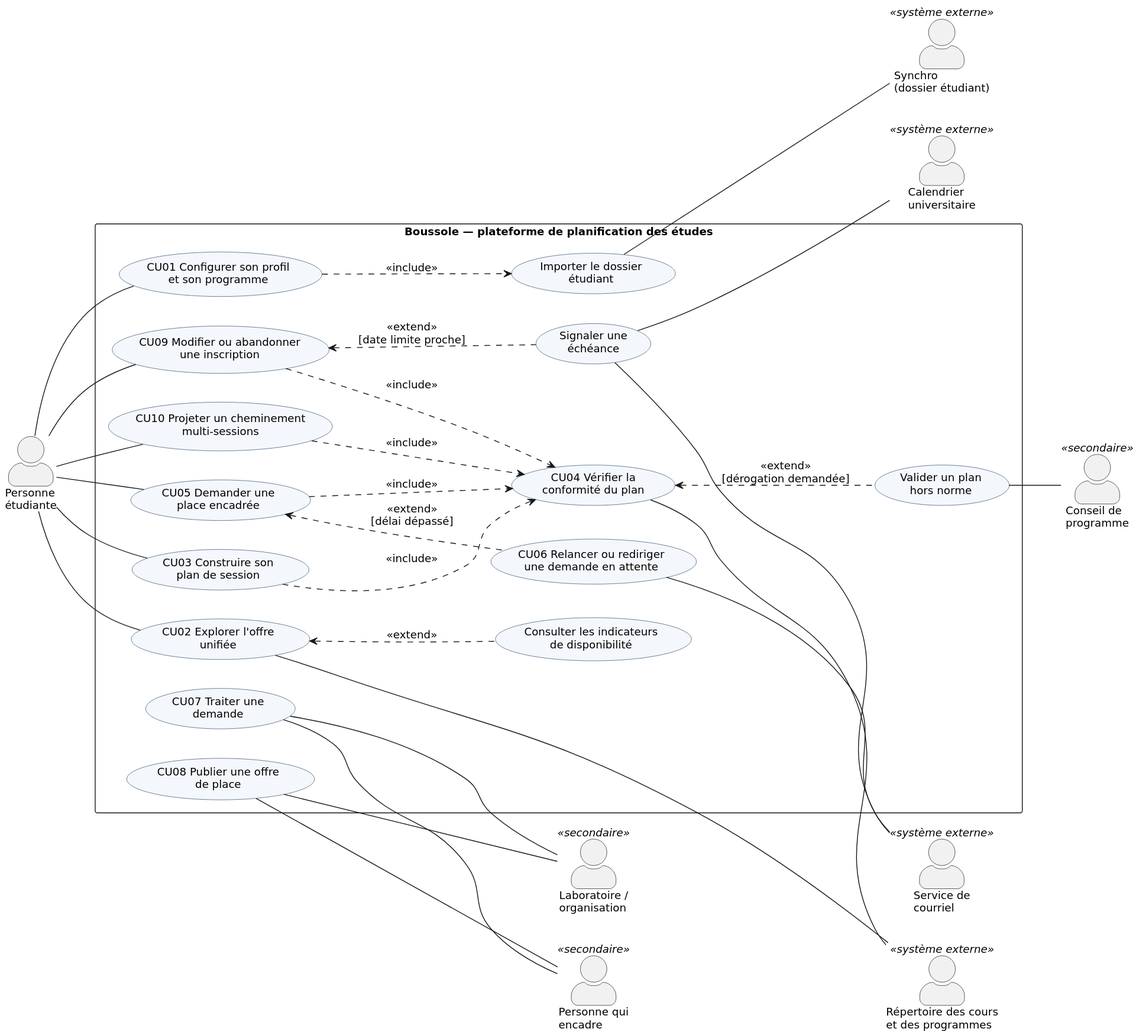
Above: docs/diagrammes/A1-cas-utilisation.svg in sndsbst-bit/IFT1225Projet (PlantUML), before the change.
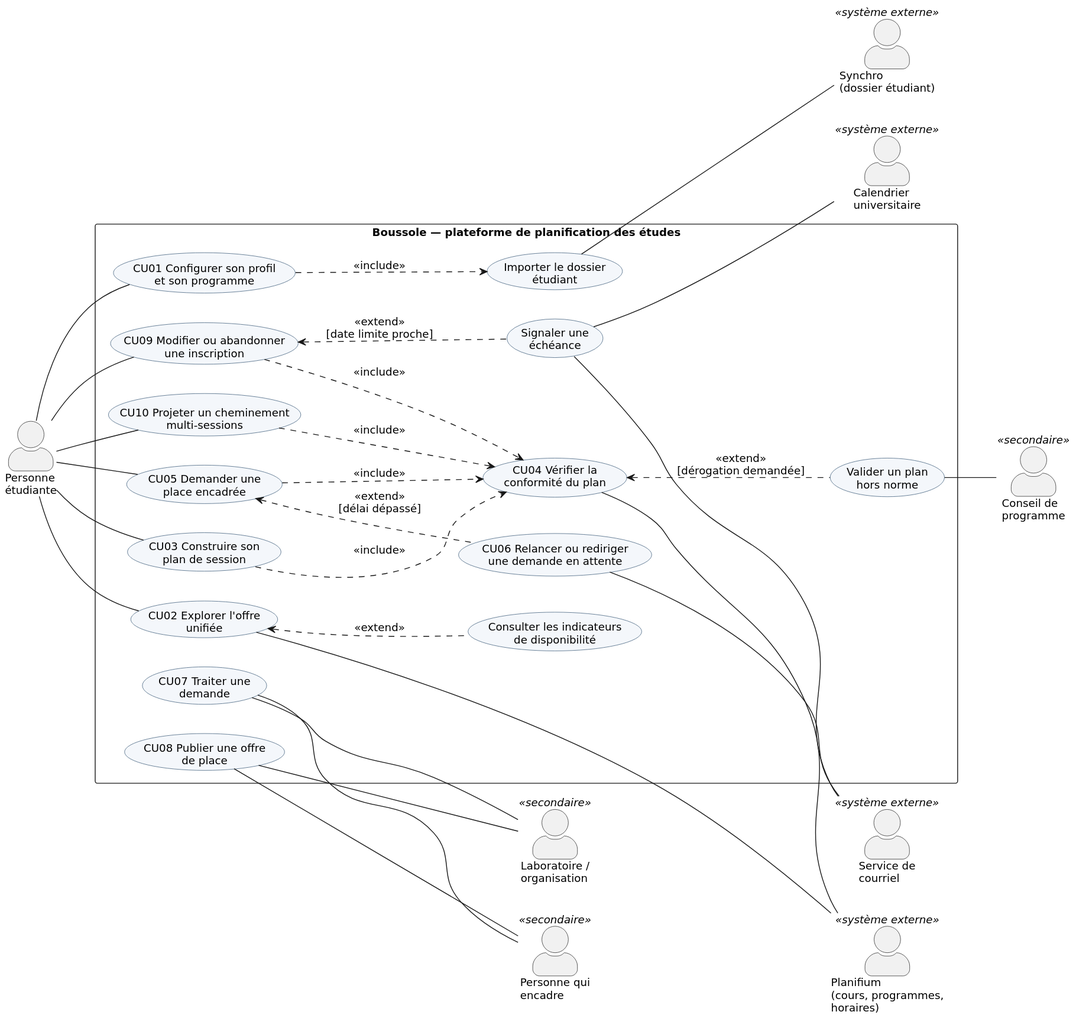
The same file after the commit.

Diff of the diagram source:
```diff
@@ -15,7 +15,7 @@
 actor "Laboratoire /\norganisation" as ORG <<secondaire>>
 actor "Conseil de\nprogramme" as CP <<secondaire>>
 actor "Synchro\n(dossier étudiant)" as SYN <<système externe>>
-actor "Répertoire des cours\net des programmes" as REP <<système externe>>
+actor "Planifium\n(cours, programmes,\nhoraires)" as REP <<système externe>>
 actor "Calendrier\nuniversitaire" as CAL <<système externe>>
 actor "Service de\ncourriel" as MAIL <<système externe>>
 
```
